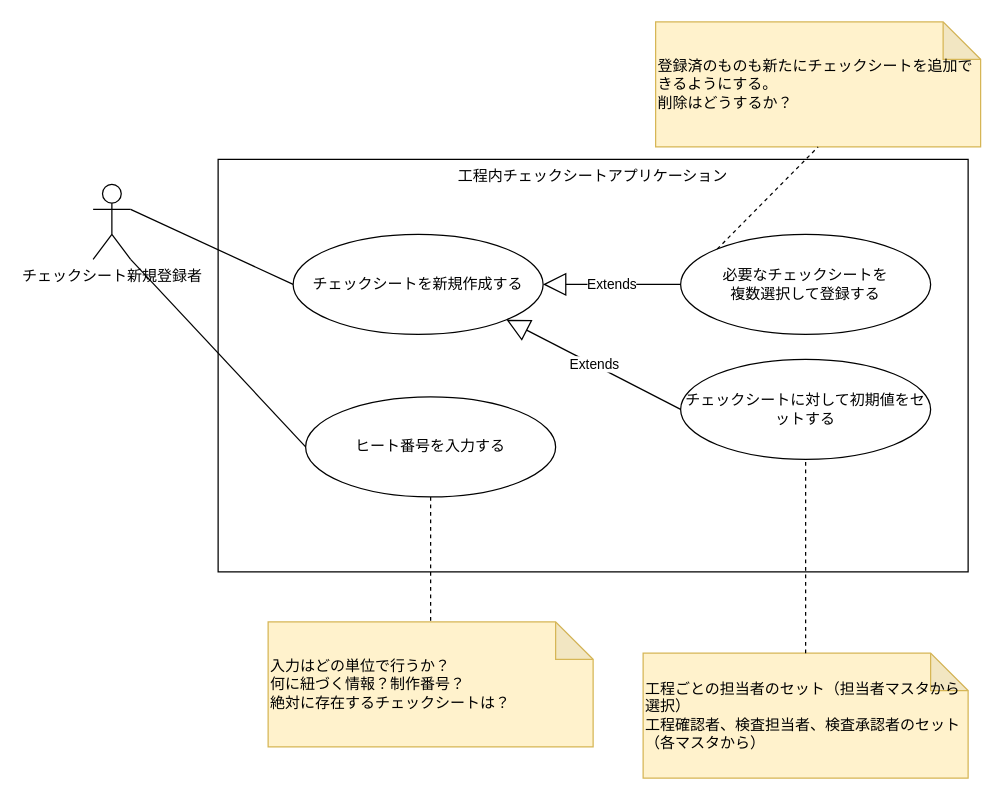
Earlier version of the draw.io diagram ユースケース図/use-case-create-checklist.drawio (ShotaHayashi0601/FlowSpect-DocsOnly). Source tidied: cells renumbered, new cells numbered last; positions are measured from the earlier drawing's top-left corner, leaving out a move shared by most shapes. Both pictures are drawn from the tidied source at 125%, with x=0, y=0 at pixel (92, 21).
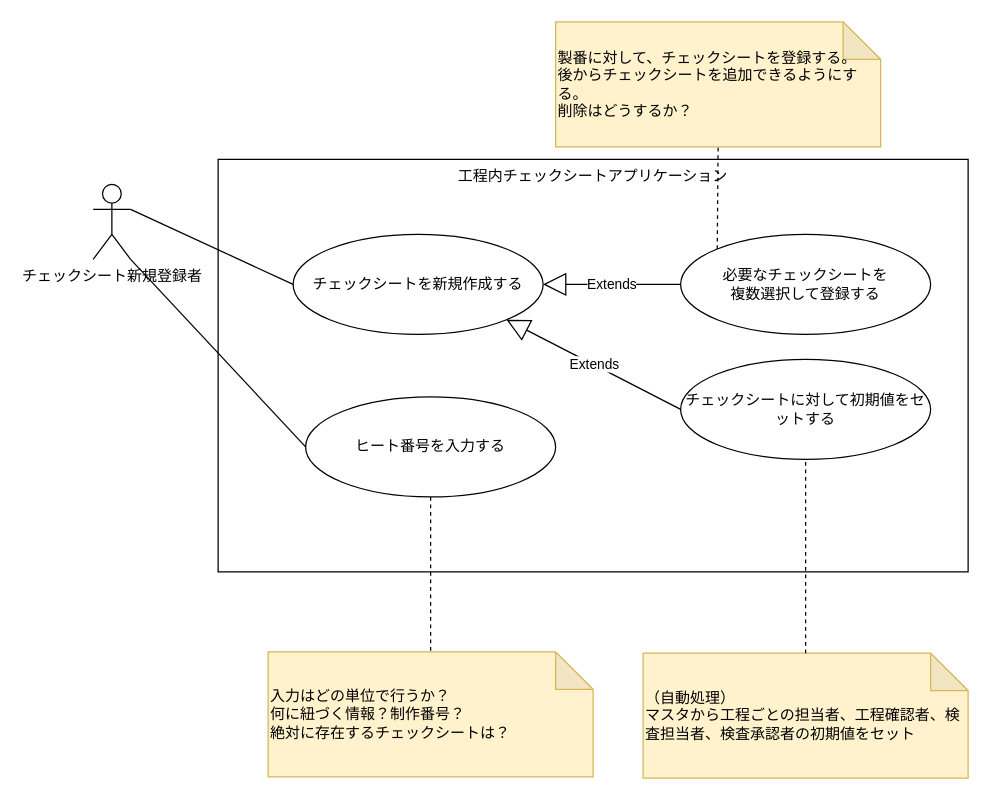
After the change.

What changed in the source:
```diff
@@
 <mxGraphModel>
   <root>
     <mxCell id="0" />
     <mxCell id="1" parent="0" />
     <mxCell id="2" value="工程内チェックシートアプリケーション" style="rounded=0;whiteSpace=wrap;html=1;fillColor=none;verticalAlign=top;" parent="1" vertex="1">
       <mxGeometry x="100" y="110" width="600" height="330" as="geometry" />
     </mxCell>
     <mxCell id="3" value="チェックシート新規登録者" style="shape=umlActor;verticalLabelPosition=bottom;verticalAlign=top;html=1;outlineConnect=0;fillColor=none;" parent="1" vertex="1">
       <mxGeometry y="130" width="30" height="60" as="geometry" />
     </mxCell>
     <mxCell id="4" value="チェックシートを新規作成する" style="ellipse;whiteSpace=wrap;html=1;fillColor=none;" parent="1" vertex="1">
       <mxGeometry x="160" y="170" width="200" height="80" as="geometry" />
     </mxCell>
     <mxCell id="5" value="必要なチェックシートを&lt;br&gt;複数選択して登録する" style="ellipse;whiteSpace=wrap;html=1;fillColor=none;" parent="1" vertex="1">
       <mxGeometry x="470" y="170" width="200" height="80" as="geometry" />
     </mxCell>
     <mxCell id="6" value="ヒート番号を入力する" style="ellipse;whiteSpace=wrap;html=1;fillColor=none;" parent="1" vertex="1">
       <mxGeometry x="170" y="300" width="200" height="80" as="geometry" />
     </mxCell>
     <mxCell id="7" style="endArrow=none;html=1;entryX=1;entryY=0.3333333333333333;entryDx=0;entryDy=0;entryPerimeter=0;exitX=0;exitY=0.5;exitDx=0;exitDy=0;" parent="1" edge="1" source="4" target="3">
       <mxGeometry relative="1" as="geometry" />
     </mxCell>
     <mxCell id="8" style="endArrow=none;html=1;exitX=0;exitY=0.5;exitDx=0;exitDy=0;entryX=1;entryY=1;entryDx=0;entryDy=0;entryPerimeter=0;" parent="1" edge="1" source="6" target="3">
       <mxGeometry relative="1" as="geometry" />
     </mxCell>
     <mxCell id="9" value="Extends" style="endArrow=block;endSize=16;endFill=0;html=1;exitX=0;exitY=0.5;exitDx=0;exitDy=0;entryX=1;entryY=0.5;entryDx=0;entryDy=0;" parent="1" edge="1" source="5" target="4">
       <mxGeometry relative="1" as="geometry" />
     </mxCell>
-    <mxCell id="10" value="登録済のものも新たにチェックシートを追加できるようにする。&lt;br&gt;削除はどうするか？" style="shape=note;whiteSpace=wrap;html=1;backgroundOutline=1;darkOpacity=0.05;fillColor=#fff2cc;strokeColor=#d6b656;align=left;" parent="1" vertex="1">
-      <mxGeometry x="450" width="260" height="100" as="geometry" />
+    <mxCell id="10" value="製番に対して、チェックシートを登録する。&lt;br&gt;後からチェックシートを追加できるようにする。&lt;br&gt;削除はどうするか？" style="shape=note;whiteSpace=wrap;html=1;backgroundOutline=1;darkOpacity=0.05;fillColor=#fff2cc;strokeColor=#d6b656;align=left;" parent="1" vertex="1">
+      <mxGeometry x="370" width="260" height="100" as="geometry" />
     </mxCell>
     <mxCell id="11" style="endArrow=none;dashed=1;html=1;entryX=0.5;entryY=1;entryDx=0;entryDy=0;entryPerimeter=0;exitX=0;exitY=0;exitDx=0;exitDy=0;" parent="1" edge="1" source="5" target="10">
       <mxGeometry relative="1" as="geometry" />
     </mxCell>
     <mxCell id="12" value="入力はどの単位で行うか？&lt;br&gt;何に紐づく情報？制作番号？&lt;br&gt;絶対に存在するチェックシートは？&lt;br&gt;" style="shape=note;whiteSpace=wrap;html=1;backgroundOutline=1;darkOpacity=0.05;fillColor=#fff2cc;strokeColor=#d6b656;align=left;" parent="1" vertex="1">
-      <mxGeometry x="140" y="480" width="260" height="100" as="geometry" />
+      <mxGeometry x="140" y="504" width="260" height="100" as="geometry" />
     </mxCell>
     <mxCell id="13" style="endArrow=none;dashed=1;html=1;entryX=0.5;entryY=0;entryDx=0;entryDy=0;entryPerimeter=0;exitX=0.5;exitY=1;exitDx=0;exitDy=0;" parent="1" edge="1" source="6" target="12">
       <mxGeometry relative="1" as="geometry" />
     </mxCell>
     <mxCell id="14" value="Extends" style="endArrow=block;endSize=16;endFill=0;html=1;exitX=0;exitY=0.5;exitDx=0;exitDy=0;entryX=1;entryY=1;entryDx=0;entryDy=0;" parent="1" edge="1" source="15" target="4">
       <mxGeometry relative="1" as="geometry" />
     </mxCell>
     <mxCell id="15" value="チェックシートに対して初期値をセットする" style="ellipse;whiteSpace=wrap;html=1;fillColor=none;" parent="1" vertex="1">
       <mxGeometry x="470" y="270" width="200" height="80" as="geometry" />
     </mxCell>
-    <mxCell id="16" value="工程ごとの担当者のセット（担当者マスタから選択）&lt;br&gt;工程確認者、検査担当者、検査承認者のセット（各マスタから）&lt;br&gt;" style="shape=note;whiteSpace=wrap;html=1;backgroundOutline=1;darkOpacity=0.05;fillColor=#fff2cc;strokeColor=#d6b656;align=left;" parent="1" vertex="1">
+    <mxCell id="16" value="（自動処理）&lt;br&gt;マスタから工程ごとの担当者、工程確認者、検査担当者、検査承認者の初期値をセット" style="shape=note;whiteSpace=wrap;html=1;backgroundOutline=1;darkOpacity=0.05;fillColor=#fff2cc;strokeColor=#d6b656;align=left;" parent="1" vertex="1">
       <mxGeometry x="440" y="505" width="260" height="100" as="geometry" />
     </mxCell>
     <mxCell id="17" style="endArrow=none;dashed=1;html=1;entryX=0.5;entryY=1;entryDx=0;entryDy=0;exitX=0.5;exitY=0;exitDx=0;exitDy=0;exitPerimeter=0;" parent="1" edge="1" source="16" target="15">
       <mxGeometry relative="1" as="geometry" />
     </mxCell>
   </root>
 </mxGraphModel>
```
